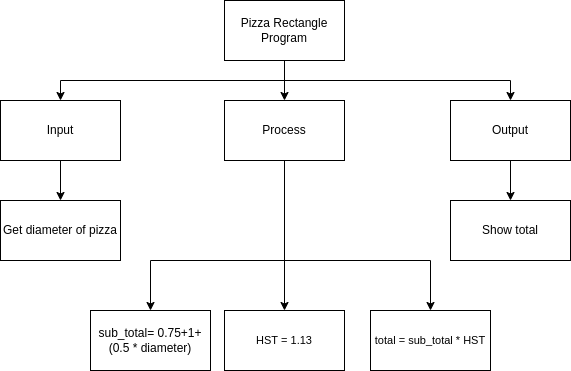
Before: design.png, a diagram exported from draw.io (michael-clermont1/ICS3U-Unit2-04-Python). Source tidied: cells renumbered, new cells last; positions are measured from the earlier drawing's top-left corner, leaving out a move shared by most shapes.
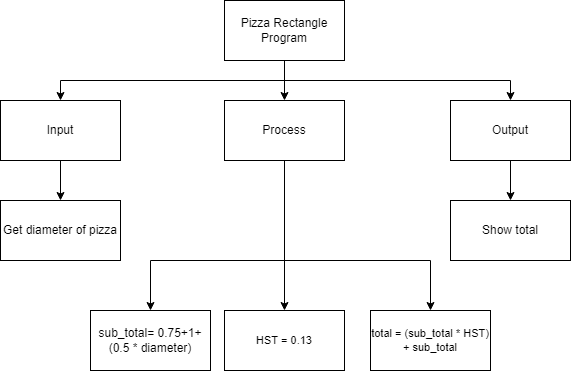
Above is the later version.

Commit message:
edited flowchart and design

What changed in the source:
```diff
@@ -67,10 +67,10 @@
     <mxCell id="16" value="Show total" style="rounded=0;whiteSpace=wrap;html=1;" parent="1" vertex="1">
       <mxGeometry x="450" y="200" width="120" height="60" as="geometry" />
     </mxCell>
-    <mxCell id="17" value="HST = 1.13" style="rounded=0;whiteSpace=wrap;html=1;fontFamily=Helvetica;fontSize=11;fontColor=default;" parent="1" vertex="1">
+    <mxCell id="17" value="HST = 0.13" style="rounded=0;whiteSpace=wrap;html=1;fontFamily=Helvetica;fontSize=11;fontColor=default;" parent="1" vertex="1">
       <mxGeometry x="224" y="310" width="120" height="60" as="geometry" />
     </mxCell>
-    <mxCell id="18" value="total = sub_total * HST" style="rounded=0;whiteSpace=wrap;html=1;fontFamily=Helvetica;fontSize=11;fontColor=default;" parent="1" vertex="1">
+    <mxCell id="18" value="total = (sub_total * HST) + sub_total" style="rounded=0;whiteSpace=wrap;html=1;fontFamily=Helvetica;fontSize=11;fontColor=default;" parent="1" vertex="1">
       <mxGeometry x="370" y="310" width="120" height="60" as="geometry" />
     </mxCell>
   </root>
```
